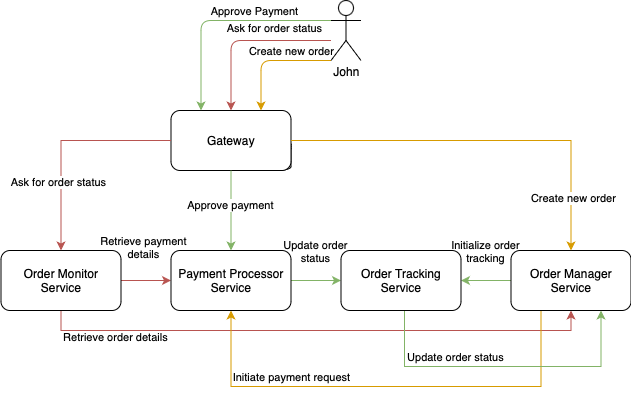
Earlier version of the draw.io export docs/rest-architecture.drawio.png (madalingiurca/kafka-microservices-system-performance). Source tidied: cells renumbered, new cells last; positions are measured from the earlier drawing's top-left corner, leaving out a move shared by most shapes.
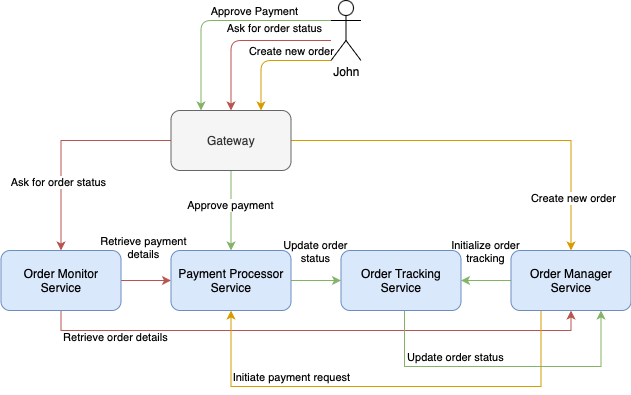
Above is the later version.

Commit message:
update diagram colors

The edit, as a diff of the source:
```diff
@@ -23,21 +23,9 @@
         <mxPoint x="8" y="7" as="offset" />
       </mxGeometry>
     </mxCell>
-    <mxCell id="6" value="Order Monitor&lt;br&gt;Service" style="rounded=1;whiteSpace=wrap;html=1;flipH=1;flipV=1;" parent="1" vertex="1">
+    <mxCell id="6" value="Order Monitor&lt;br&gt;Service" style="rounded=1;whiteSpace=wrap;html=1;flipH=1;flipV=1;fillColor=#dae8fc;strokeColor=#6c8ebf;" parent="1" vertex="1">
       <mxGeometry x="0.5" y="250" width="120" height="60" as="geometry" />
     </mxCell>
-    <mxCell id="7" style="group;rounded=1;" parent="1" vertex="1">
-      <mxGeometry x="170.5" y="110" width="120" height="65" as="geometry" />
-    </mxCell>
-    <mxCell id="8" style="shape=datastore;whiteSpace=wrap;html=1;rounded=1;" parent="7" vertex="1">
-      <mxGeometry x="90" y="30" width="30" height="30" as="geometry" />
-    </mxCell>
-    <mxCell id="9" style="group;rounded=1;" parent="7" vertex="1">
-      <mxGeometry width="120" height="65" as="geometry" />
-    </mxCell>
-    <mxCell id="10" value="Gateway" style="rounded=1;whiteSpace=wrap;html=1;" parent="9" vertex="1">
-      <mxGeometry width="120" height="60" as="geometry" />
-    </mxCell>
     <mxCell id="11" style="edgeStyle=orthogonalEdgeStyle;rounded=0;jettySize=auto;html=1;entryX=1;entryY=0.5;entryDx=0;entryDy=0;fillColor=#d5e8d4;strokeColor=#82b366;" parent="1" edge="1" source="15" target="34">
       <mxGeometry relative="1" as="geometry" />
     </mxCell>
@@ -59,7 +47,7 @@
         <mxPoint x="4" y="-8" as="offset" />
       </mxGeometry>
     </mxCell>
-    <mxCell id="15" value="Order Manager Service" style="rounded=1;whiteSpace=wrap;html=1;flipH=1;flipV=1;" parent="1" vertex="1">
+    <mxCell id="15" value="Order Manager Service" style="rounded=1;whiteSpace=wrap;html=1;flipH=1;flipV=1;fillColor=#dae8fc;strokeColor=#6c8ebf;" parent="1" vertex="1">
       <mxGeometry x="510.5" y="250" width="120" height="60" as="geometry" />
     </mxCell>
     <mxCell id="16" style="edgeStyle=orthogonalEdgeStyle;rounded=0;jettySize=auto;html=1;entryX=0;entryY=0.5;entryDx=0;entryDy=0;fillColor=#d5e8d4;strokeColor=#82b366;" parent="1" edge="1" source="18" target="34">
@@ -70,7 +58,7 @@
         <mxPoint x="2" y="-27" as="offset" />
       </mxGeometry>
     </mxCell>
-    <mxCell id="18" value="Payment Processor Service" style="rounded=1;whiteSpace=wrap;html=1;flipH=1;flipV=1;" parent="1" vertex="1">
+    <mxCell id="18" value="Payment Processor Service" style="rounded=1;whiteSpace=wrap;html=1;flipH=1;flipV=1;fillColor=#dae8fc;strokeColor=#6c8ebf;" parent="1" vertex="1">
       <mxGeometry x="170.5" y="250" width="120" height="60" as="geometry" />
     </mxCell>
     <mxCell id="19" style="edgeStyle=orthogonalEdgeStyle;rounded=0;jettySize=auto;html=1;entryX=0.5;entryY=0;entryDx=0;entryDy=0;fillColor=#f8cecc;strokeColor=#b85450;" parent="1" edge="1" source="10" target="6">
@@ -143,8 +131,11 @@
         <mxPoint x="24" y="-9" as="offset" />
       </mxGeometry>
     </mxCell>
-    <mxCell id="34" value="Order Tracking Service" style="rounded=1;whiteSpace=wrap;html=1;flipH=1;flipV=1;" parent="1" vertex="1">
+    <mxCell id="34" value="Order Tracking Service" style="rounded=1;whiteSpace=wrap;html=1;flipH=1;flipV=1;fillColor=#dae8fc;strokeColor=#6c8ebf;" parent="1" vertex="1">
       <mxGeometry x="340.5" y="250" width="120" height="60" as="geometry" />
     </mxCell>
+    <mxCell id="10" value="Gateway" style="rounded=1;whiteSpace=wrap;html=1;fillColor=#f5f5f5;fontColor=#333333;strokeColor=#666666;" parent="1" vertex="1">
+      <mxGeometry x="170.5" y="110" width="120" height="60" as="geometry" />
+    </mxCell>
   </root>
 </mxGraphModel>
```
